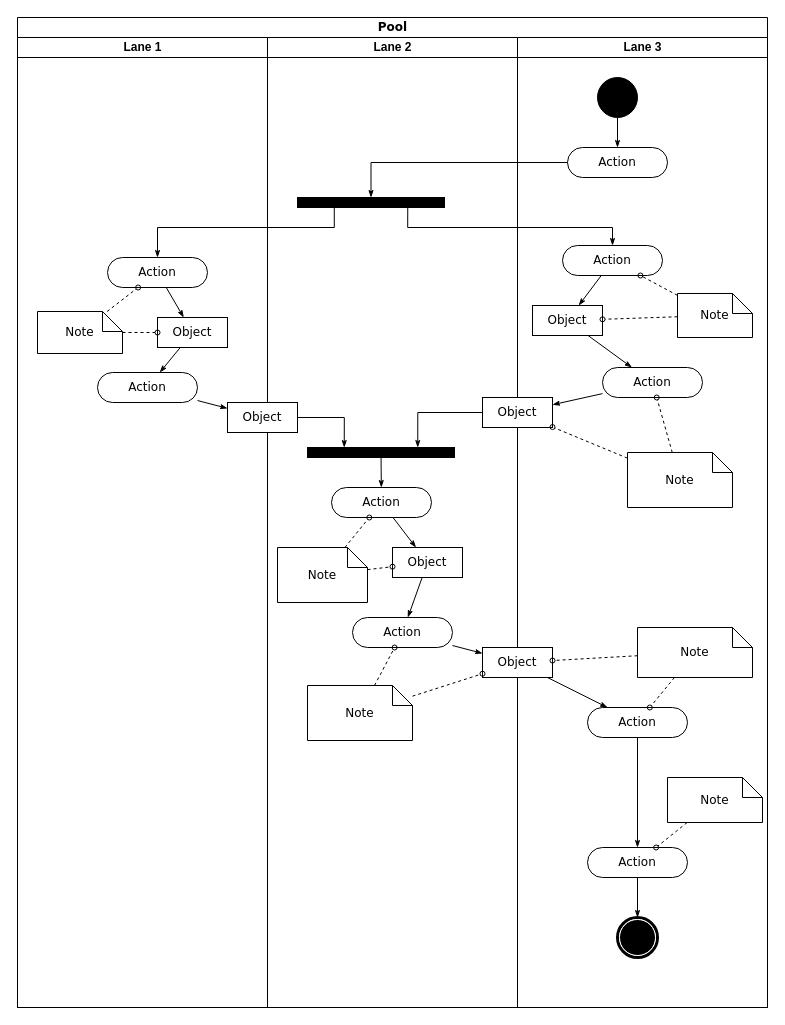
Before: Untitled Diagram.drawio in zhujudong/tempRep, a draw.io diagram. Source tidied: cells renumbered, new cells numbered last; positions are measured from the earlier drawing's top-left corner, leaving out a move shared by most shapes. Both pictures are drawn from the tidied source at 100%, with x=0, y=0 at pixel (17, 17).
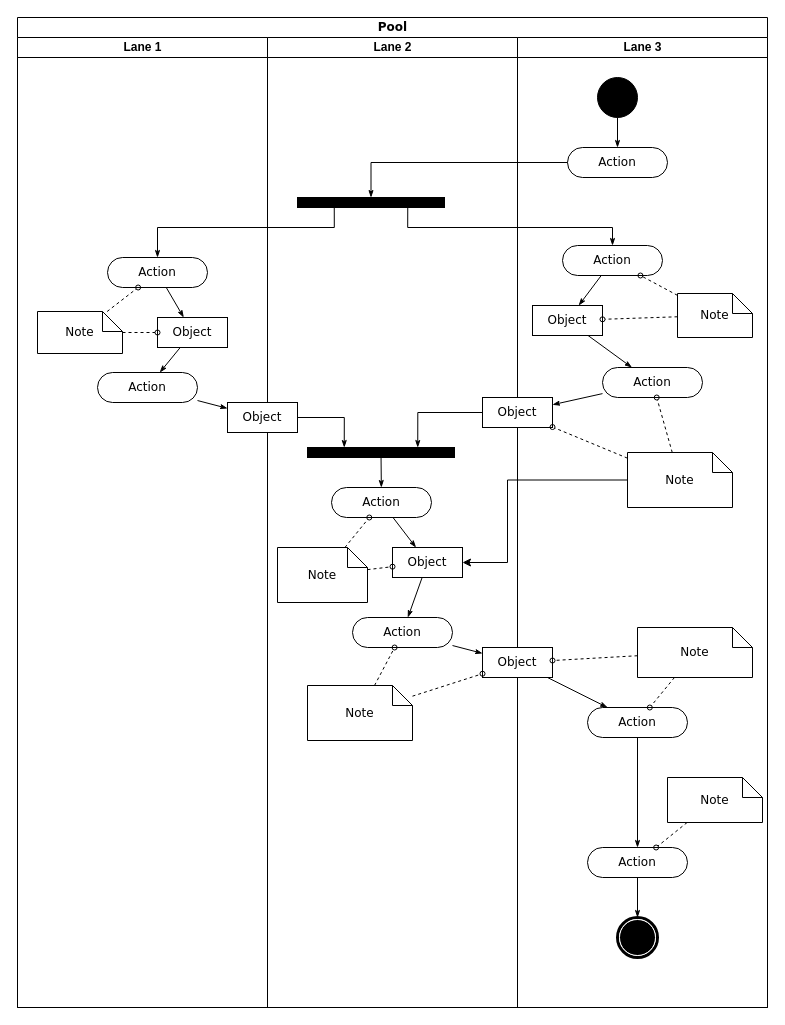
The same page after the edit.

The change refers to these unchanged cells:
```xml
<mxCell id="2" value="Pool" style="swimlane;html=1;startSize=20;rounded=0;shadow=0;comic=0;labelBackgroundColor=none;strokeWidth=1;fontFamily=Verdana;fontSize=12;align=center;" parent="1" vertex="1">
  <mxGeometry width="750" height="990" as="geometry" />
</mxCell>
<mxCell id="21" value="Object" style="rounded=0;whiteSpace=wrap;html=1;shadow=0;comic=0;labelBackgroundColor=none;strokeWidth=1;fontFamily=Verdana;fontSize=12;align=center;arcSize=50;" parent="12" vertex="1">
  <mxGeometry x="125" y="510" width="70" height="30" as="geometry" />
</mxCell>
<mxCell id="51" value="Note" style="shape=note;whiteSpace=wrap;html=1;rounded=0;shadow=0;comic=0;labelBackgroundColor=none;strokeWidth=1;fontFamily=Verdana;fontSize=12;align=center;size=20;" parent="28" vertex="1">
  <mxGeometry x="110" y="415" width="105" height="55" as="geometry" />
</mxCell>
```

What changed in the source:
```diff
@@
+    <mxCell id="64" style="edgeStyle=orthogonalEdgeStyle;rounded=0;jettySize=auto;html=1;" parent="2" edge="1" source="51" target="21">
+      <mxGeometry relative="1" as="geometry">
+        <Array as="points">
+          <mxPoint x="490" y="463" />
+          <mxPoint x="490" y="545" />
+        </Array>
+      </mxGeometry>
+    </mxCell>
```
